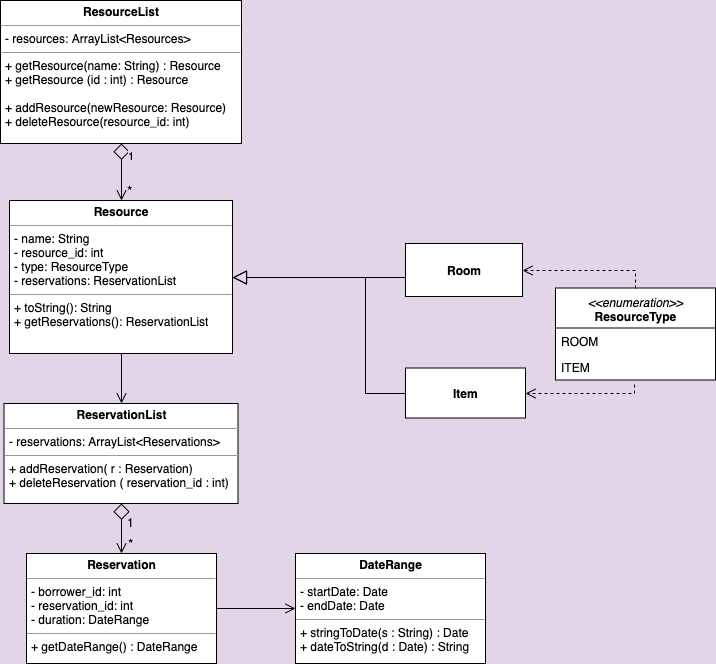
Above: docs/images/DeveloperGuide/ModelClassDiagram.png in nusCS2113-AY1920S1/PersonalAssistant-Duke (draw.io), before the change. Source tidied: cells renumbered, new cells last; positions are measured from the earlier drawing's top-left corner, leaving out a move shared by most shapes.
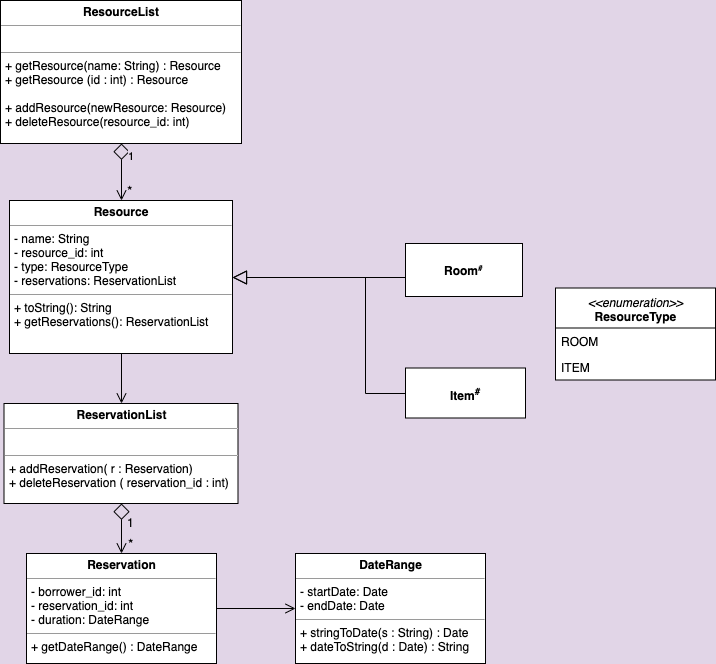
The same file after the commit.

Commit message:
Added updated class diagrams for Developer Guide

Diff of the diagram source:
```diff
@@ -26,10 +26,10 @@
     <mxCell id="9" value="&lt;p style=&quot;margin: 0px ; margin-top: 4px ; text-align: center&quot;&gt;&lt;b&gt;Resource&lt;/b&gt;&lt;/p&gt;&lt;hr size=&quot;1&quot;&gt;&lt;p style=&quot;margin: 0px ; margin-left: 4px&quot;&gt;- name: String&lt;/p&gt;&lt;p style=&quot;margin: 0px ; margin-left: 4px&quot;&gt;- resource_id: int&lt;br&gt;- type: ResourceType&lt;/p&gt;&lt;p style=&quot;margin: 0px ; margin-left: 4px&quot;&gt;- reservations: ReservationList&lt;/p&gt;&lt;hr size=&quot;1&quot;&gt;&lt;p style=&quot;margin: 0px ; margin-left: 4px&quot;&gt;+ toString(): String&lt;br&gt;+ getReservations(): ReservationList&lt;/p&gt;" style="verticalAlign=top;align=left;overflow=fill;fontSize=12;fontFamily=Helvetica;html=1;rounded=0;shadow=0;comic=0;labelBackgroundColor=none;strokeColor=#000000;strokeWidth=1;fillColor=#ffffff;" parent="1" vertex="1">
       <mxGeometry x="9" y="200" width="223" height="153" as="geometry" />
     </mxCell>
-    <mxCell id="10" value="&lt;p style=&quot;margin: 0px ; margin-top: 4px ; text-align: center&quot;&gt;&lt;b&gt;ResourceList&lt;/b&gt;&lt;/p&gt;&lt;hr size=&quot;1&quot;&gt;&lt;p style=&quot;margin: 0px ; margin-left: 4px&quot;&gt;- resources: ArrayList&amp;lt;Resources&amp;gt;&lt;br&gt;&lt;/p&gt;&lt;hr size=&quot;1&quot;&gt;&lt;p style=&quot;margin: 0px ; margin-left: 4px&quot;&gt;&lt;span&gt;+ getResource(name: String) : Resource&lt;/span&gt;&lt;br&gt;&lt;/p&gt;&lt;p style=&quot;margin: 0px ; margin-left: 4px&quot;&gt;+ getResource (id : int) : Resource&lt;/p&gt;&lt;p style=&quot;margin: 0px ; margin-left: 4px&quot;&gt;&lt;br&gt;&lt;/p&gt;&lt;p style=&quot;margin: 0px ; margin-left: 4px&quot;&gt;+ addResource(newResource: Resource)&lt;br&gt;+ deleteResource(resource_id: int)&lt;/p&gt;" style="verticalAlign=top;align=left;overflow=fill;fontSize=12;fontFamily=Helvetica;html=1;rounded=0;shadow=0;comic=0;labelBackgroundColor=none;strokeColor=#000000;strokeWidth=1;fillColor=#ffffff;" parent="1" vertex="1">
+    <mxCell id="10" value="&lt;p style=&quot;margin: 0px ; margin-top: 4px ; text-align: center&quot;&gt;&lt;b&gt;ResourceList&lt;/b&gt;&lt;/p&gt;&lt;hr size=&quot;1&quot;&gt;&lt;p style=&quot;margin: 0px ; margin-left: 4px&quot;&gt;&lt;br&gt;&lt;/p&gt;&lt;hr size=&quot;1&quot;&gt;&lt;p style=&quot;margin: 0px ; margin-left: 4px&quot;&gt;&lt;span&gt;+ getResource(name: String) : Resource&lt;/span&gt;&lt;br&gt;&lt;/p&gt;&lt;p style=&quot;margin: 0px ; margin-left: 4px&quot;&gt;+ getResource (id : int) : Resource&lt;/p&gt;&lt;p style=&quot;margin: 0px ; margin-left: 4px&quot;&gt;&lt;br&gt;&lt;/p&gt;&lt;p style=&quot;margin: 0px ; margin-left: 4px&quot;&gt;+ addResource(newResource: Resource)&lt;br&gt;+ deleteResource(resource_id: int)&lt;/p&gt;" style="verticalAlign=top;align=left;overflow=fill;fontSize=12;fontFamily=Helvetica;html=1;rounded=0;shadow=0;comic=0;labelBackgroundColor=none;strokeColor=#000000;strokeWidth=1;fillColor=#ffffff;" parent="1" vertex="1">
       <mxGeometry width="241" height="143" as="geometry" />
     </mxCell>
-    <mxCell id="11" value="&lt;p style=&quot;margin: 0px ; margin-top: 4px ; text-align: center&quot;&gt;&lt;b&gt;ReservationList&lt;/b&gt;&lt;/p&gt;&lt;hr size=&quot;1&quot;&gt;&lt;p style=&quot;margin: 0px ; margin-left: 4px&quot;&gt;- reservations: ArrayList&amp;lt;Reservations&amp;gt;&lt;br&gt;&lt;/p&gt;&lt;hr size=&quot;1&quot;&gt;&lt;p style=&quot;margin: 0px ; margin-left: 4px&quot;&gt;+ addReservation( r : Reservation)&lt;br&gt;+ deleteReservation ( reservation_id : int)&lt;/p&gt;" style="verticalAlign=top;align=left;overflow=fill;fontSize=12;fontFamily=Helvetica;html=1;rounded=0;shadow=0;comic=0;labelBackgroundColor=none;strokeColor=#000000;strokeWidth=1;fillColor=#ffffff;" parent="1" vertex="1">
+    <mxCell id="11" value="&lt;p style=&quot;margin: 0px ; margin-top: 4px ; text-align: center&quot;&gt;&lt;b&gt;ReservationList&lt;/b&gt;&lt;/p&gt;&lt;hr size=&quot;1&quot;&gt;&lt;p style=&quot;margin: 0px ; margin-left: 4px&quot;&gt;&lt;br&gt;&lt;/p&gt;&lt;hr size=&quot;1&quot;&gt;&lt;p style=&quot;margin: 0px ; margin-left: 4px&quot;&gt;+ addReservation( r : Reservation)&lt;br&gt;+ deleteReservation ( reservation_id : int)&lt;/p&gt;" style="verticalAlign=top;align=left;overflow=fill;fontSize=12;fontFamily=Helvetica;html=1;rounded=0;shadow=0;comic=0;labelBackgroundColor=none;strokeColor=#000000;strokeWidth=1;fillColor=#ffffff;" parent="1" vertex="1">
       <mxGeometry x="3.5" y="403" width="234" height="100" as="geometry" />
     </mxCell>
     <mxCell id="12" style="html=1;verticalAlign=bottom;endArrow=block;exitX=0;exitY=0.5;exitDx=0;exitDy=0;edgeStyle=orthogonalEdgeStyle;rounded=0;endFill=0;endSize=12;entryX=1;entryY=0.5;entryDx=0;entryDy=0;" parent="1" edge="1" source="18" target="9">
@@ -47,26 +47,16 @@
         </Array>
       </mxGeometry>
     </mxCell>
-    <mxCell id="14" style="endArrow=open;dashed=1;html=1;entryX=1;entryY=0.5;entryDx=0;entryDy=0;exitX=0.5;exitY=0;exitDx=0;exitDy=0;rounded=0;edgeStyle=orthogonalEdgeStyle;endFill=0;endSize=8;" parent="1" edge="1" source="2" target="18">
-      <mxGeometry relative="1" as="geometry" />
-    </mxCell>
-    <mxCell id="15" style="endArrow=open;dashed=1;html=1;entryX=1;entryY=0.5;entryDx=0;entryDy=0;rounded=0;edgeStyle=orthogonalEdgeStyle;endFill=0;endSize=8;exitX=0.494;exitY=1.154;exitDx=0;exitDy=0;exitPerimeter=0;" parent="1" edge="1" source="4" target="19">
-      <mxGeometry relative="1" as="geometry">
-        <Array as="points">
-          <mxPoint x="634" y="392.5" />
-        </Array>
-      </mxGeometry>
-    </mxCell>
     <mxCell id="16" value="&lt;span style=&quot;background-color: rgb(225 , 213 , 231)&quot;&gt;1&lt;/span&gt;" style="endArrow=open;html=1;endSize=8;startArrow=diamond;startSize=14;startFill=0;edgeStyle=orthogonalEdgeStyle;align=left;verticalAlign=bottom;exitX=0.5;exitY=1;exitDx=0;exitDy=0;entryX=0.5;entryY=0;entryDx=0;entryDy=0;rounded=0;" parent="1" edge="1" source="10" target="9">
       <mxGeometry x="-0.28" y="5" relative="1" as="geometry" />
     </mxCell>
     <mxCell id="17" value="&lt;font style=&quot;font-size: 14px ; background-color: rgb(225 , 213 , 231)&quot;&gt;*&lt;/font&gt;" style="endArrow=open;html=1;endSize=8;startArrow=diamond;startSize=14;startFill=0;edgeStyle=orthogonalEdgeStyle;align=left;verticalAlign=bottom;exitX=0.5;exitY=1;exitDx=0;exitDy=0;entryX=0.5;entryY=0;entryDx=0;entryDy=0;rounded=0;" parent="1" edge="1" source="11" target="6">
       <mxGeometry x="1" y="5" relative="1" as="geometry" />
     </mxCell>
-    <mxCell id="18" value="&lt;b&gt;Room&lt;/b&gt;" style="html=1;" parent="1" vertex="1">
+    <mxCell id="18" value="&lt;b&gt;Room&lt;span style=&quot;font-size: 10px&quot;&gt;&lt;sup&gt;#&lt;/sup&gt;&lt;/span&gt;&lt;/b&gt;" style="html=1;" parent="1" vertex="1">
       <mxGeometry x="405" y="243" width="117" height="53" as="geometry" />
     </mxCell>
-    <mxCell id="19" value="&lt;b&gt;Item&lt;/b&gt;" style="html=1;" parent="1" vertex="1">
+    <mxCell id="19" value="&lt;b&gt;Item&lt;sup&gt;#&lt;/sup&gt;&lt;/b&gt;" style="html=1;" parent="1" vertex="1">
       <mxGeometry x="405" y="367.5" width="120" height="50" as="geometry" />
     </mxCell>
     <mxCell id="20" value="1" style="text;html=1;align=left;verticalAlign=top;spacingTop=-4;" parent="1" vertex="1">
```
